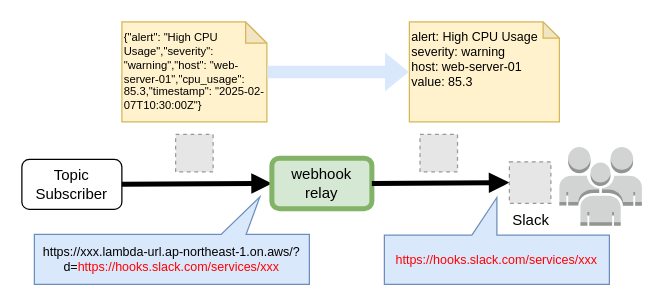
This is docs/diagram.drawio from sakazuki/slack-webhook-relay, a draw.io file, before an edit. Source tidied: cells renumbered, new cells numbered last; positions are measured from the earlier drawing's top-left corner, leaving out a move shared by most shapes. Both pictures are drawn from the tidied source at 125%, with x=0, y=0 at pixel (21, 21). Pictures stored in the file or linked from it are replaced by grey dashed boxes.
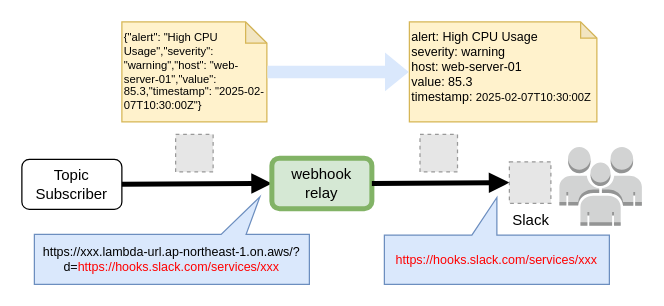
The same page after the edit.

The edit, as a diff of the source:
```diff
@@
 <mxGraphModel>
   <root>
     <mxCell id="0" />
     <mxCell id="1" parent="0" />
     <mxCell id="2" value="Topic&lt;br&gt;&lt;div&gt;Subscriber&lt;/div&gt;" style="rounded=1;whiteSpace=wrap;html=1;" parent="1" vertex="1">
       <mxGeometry y="110" width="80" height="40" as="geometry" />
     </mxCell>
     <mxCell id="3" style="rounded=0;jettySize=auto;html=1;strokeWidth=4;endArrow=block;endFill=1;entryX=0;entryY=0.5;entryDx=0;entryDy=0;" parent="1" edge="1" source="2" target="4">
       <mxGeometry relative="1" as="geometry" />
     </mxCell>
     <mxCell id="4" value="webhook&lt;div&gt;relay&lt;/div&gt;" style="rounded=1;whiteSpace=wrap;html=1;fillColor=#d5e8d4;strokeColor=#82b366;strokeWidth=4;" parent="1" vertex="1">
       <mxGeometry x="200" y="109" width="80" height="40.5" as="geometry" />
     </mxCell>
     <mxCell id="5" style="fillColor=#E6E6E6;strokeColor=#999999;dashed=1;verticalLabelPosition=bottom;labelBackgroundColor=default;verticalAlign=top;" parent="1" vertex="1">
       <mxGeometry x="318.5" y="90" width="30" height="30" as="geometry" />
     </mxCell>
     <mxCell id="6" style="fillColor=#E6E6E6;strokeColor=#999999;dashed=1;verticalLabelPosition=bottom;labelBackgroundColor=default;verticalAlign=top;" parent="1" vertex="1">
       <mxGeometry x="123" y="90" width="30" height="30" as="geometry" />
     </mxCell>
     <mxCell id="7" style="dashed=0;verticalLabelPosition=bottom;verticalAlign=top;align=center;html=1;shape=mxgraph.aws3.users;fillColor=#D2D3D3;gradientColor=none;" parent="1" vertex="1">
       <mxGeometry x="430" y="100" width="66" height="63" as="geometry" />
     </mxCell>
     <mxCell id="8" style="rounded=0;jettySize=auto;html=1;strokeWidth=4;endArrow=block;endFill=1;exitX=1;exitY=0.5;exitDx=0;exitDy=0;" parent="1" edge="1" source="4" target="11">
       <mxGeometry relative="1" as="geometry" />
     </mxCell>
-    <mxCell id="9" value="{&quot;alert&quot;: &quot;High CPU Usage&quot;,&quot;severity&quot;: &quot;warning&quot;,&quot;host&quot;: &quot;web-server-01&quot;,&quot;cpu_usage&quot;: 85.3,&quot;timestamp&quot;: &quot;2025-02-07T10:30:00Z&quot;}" style="shape=note;whiteSpace=wrap;html=1;backgroundOutline=1;darkOpacity=0.05;size=17;align=left;fillColor=#fff2cc;strokeColor=#d6b656;fontSize=9;" parent="1" vertex="1">
+    <mxCell id="9" value="{&quot;alert&quot;: &quot;High CPU Usage&quot;,&quot;severity&quot;: &quot;warning&quot;,&quot;host&quot;: &quot;web-server-01&quot;,&quot;value&quot;: 85.3,&quot;timestamp&quot;: &quot;2025-02-07T10:30:00Z&quot;}" style="shape=note;whiteSpace=wrap;html=1;backgroundOutline=1;darkOpacity=0.05;size=17;align=left;fillColor=#fff2cc;strokeColor=#d6b656;fontSize=9;" parent="1" vertex="1">
       <mxGeometry x="80" width="116" height="80" as="geometry" />
     </mxCell>
-    <mxCell id="10" value="&lt;div&gt;alert: High CPU Usage&lt;/div&gt;&lt;div&gt;severity: warning&lt;/div&gt;&lt;div&gt;host: web-server-01&lt;/div&gt;&lt;div&gt;value: 85.3&lt;/div&gt;" style="shape=note;whiteSpace=wrap;html=1;backgroundOutline=1;darkOpacity=0.05;size=13;align=left;fillColor=#fff2cc;strokeColor=#d6b656;fontSize=10;verticalAlign=top;" parent="1" vertex="1">
-      <mxGeometry x="310" width="120" height="80" as="geometry" />
+    <mxCell id="10" value="&lt;div&gt;alert: High CPU Usage&lt;/div&gt;&lt;div&gt;severity: warning&lt;/div&gt;&lt;div&gt;host: web-server-01&lt;/div&gt;&lt;div&gt;value: 85.3&lt;/div&gt;&lt;div&gt;timestamp:&amp;nbsp;&lt;span style=&quot;color: rgb(0, 0, 0); font-size: 9px; background-color: transparent;&quot;&gt;2025-02-07T10:30:00Z&lt;/span&gt;&lt;/div&gt;" style="shape=note;whiteSpace=wrap;html=1;backgroundOutline=1;darkOpacity=0.05;size=13;align=left;fillColor=#fff2cc;strokeColor=#d6b656;fontSize=10;verticalAlign=top;" parent="1" vertex="1">
+      <mxGeometry x="310" width="150" height="80" as="geometry" />
     </mxCell>
     <mxCell id="11" value="Slack" style="fillColor=#E6E6E6;strokeColor=#999999;dashed=1;html=1;verticalAlign=top;verticalLabelPosition=bottom;labelBackgroundColor=#ffffff;labelPosition=center;align=center;" parent="1" vertex="1">
       <mxGeometry x="390" y="111.9" width="33.2" height="33.2" as="geometry" />
     </mxCell>
     <mxCell id="12" value="&lt;font style=&quot;color: rgb(255, 0, 0);&quot;&gt;https://hooks.slack.com/services/xxx&lt;/font&gt;" style="shape=callout;whiteSpace=wrap;html=1;perimeter=calloutPerimeter;fontSize=10;fillColor=#dae8fc;strokeColor=#6c8ebf;direction=west;" parent="1" vertex="1">
       <mxGeometry x="290" y="140.5" width="180" height="69.5" as="geometry" />
     </mxCell>
     <mxCell id="13" value="https://xxx.lambda-url.ap-northeast-1.on.aws/?d=&lt;font style=&quot;color: rgb(255, 0, 0);&quot;&gt;https://hooks.slack.com/services/xxx&lt;/font&gt;" style="shape=callout;whiteSpace=wrap;html=1;perimeter=calloutPerimeter;fontSize=10;fillColor=#dae8fc;strokeColor=#6c8ebf;direction=west;position2=0.18;size=30;position=0.23;" parent="1" vertex="1">
       <mxGeometry x="10" y="140" width="220" height="70" as="geometry" />
     </mxCell>
     <mxCell id="14" style="shape=flexArrow;endArrow=classic;html=1;rounded=0;fillColor=#dae8fc;strokeColor=none;" parent="1" edge="1" source="9" target="10">
       <mxGeometry relative="1" as="geometry" />
     </mxCell>
   </root>
 </mxGraphModel>
```
